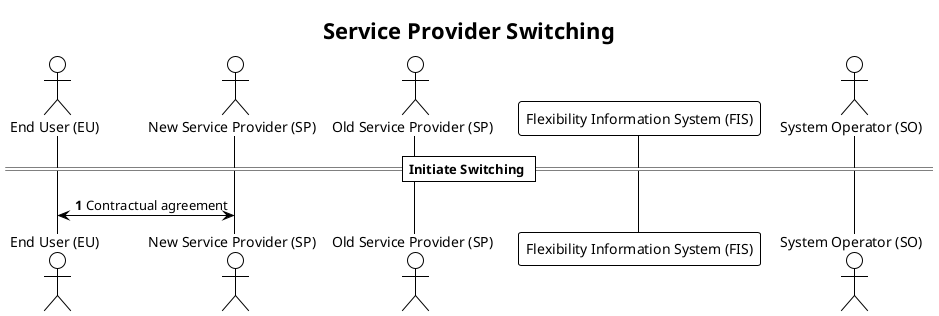
Above: docs/diagrams/service_provider_switching.png in elhub/flex-information-system (PlantUML), before the change. Its diagram source:
```plantuml
@startuml service_provider_switching
!theme plain

title Service Provider Switching

autonumber
skinparam note {
    BackgroundColor #FFFFBD
}

actor "End User (EU)" AS EU
actor "New Service Provider (SP)" as SP_NEW
actor "Old Service Provider (SP)" as SP_OLD
participant "Flexibility Information System (FIS)" as FIS
actor "System Operator (SO)" as SO

== Initiate Switching ==

EU <-> SP_NEW: Contractual agreement

@enduml
```
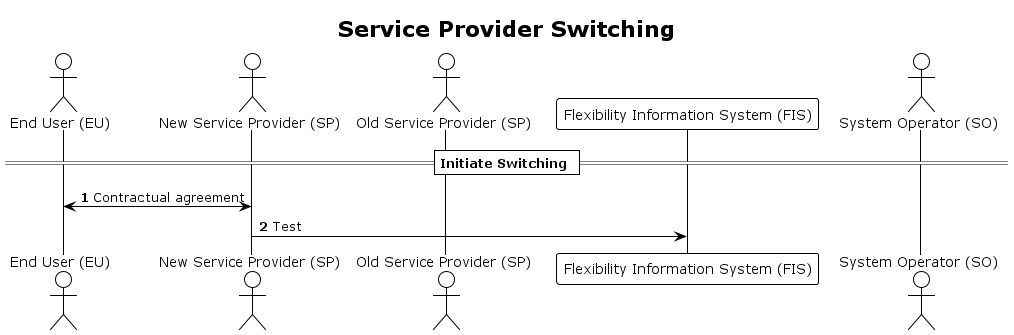
The same diagram one commit later.

Change to the diagram source:
```diff
@@ -17,5 +17,5 @@
 == Initiate Switching ==
 
 EU <-> SP_NEW: Contractual agreement
-
+SP_NEW -> FIS: Test
 @enduml
```
